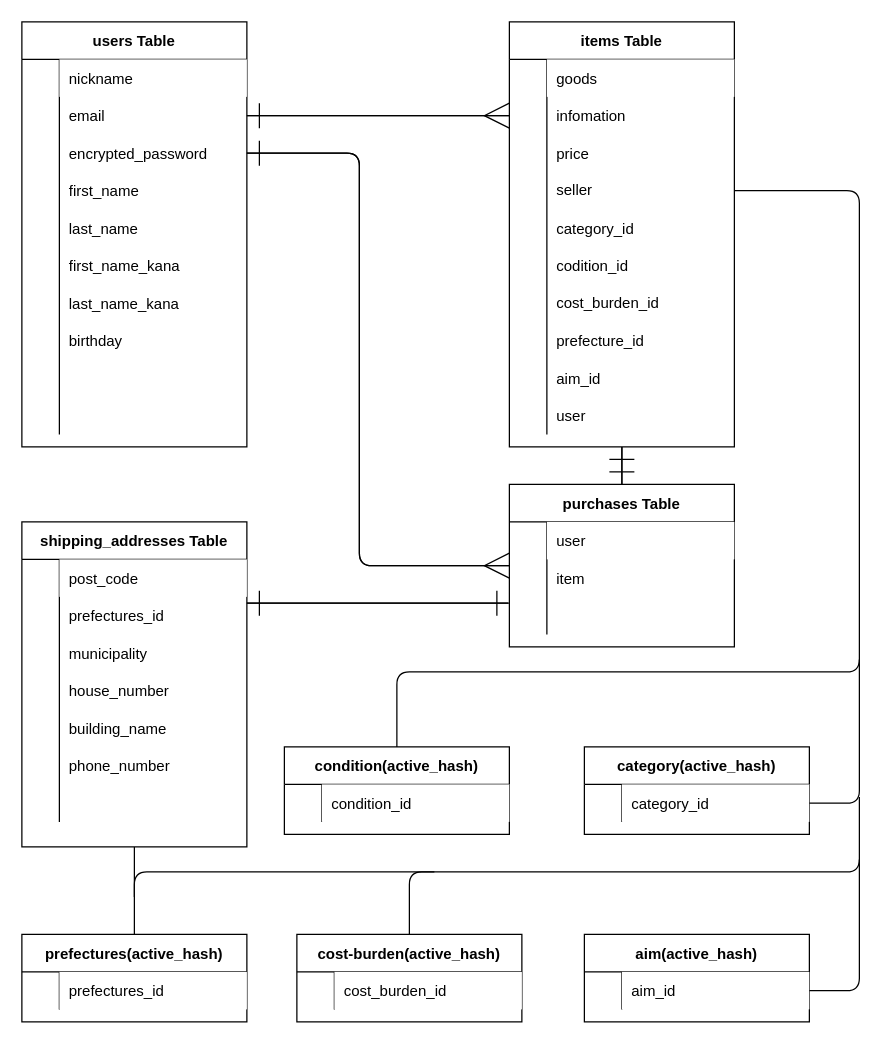
The draw.io diagram furima.dio in kakehi22222/furima-38489, before the edit. Source tidied: cells renumbered, new cells numbered last; positions are measured from the earlier drawing's top-left corner, leaving out a move shared by most shapes. Both pictures are drawn from the tidied source at 125%, with x=0, y=0 at pixel (21, 21).
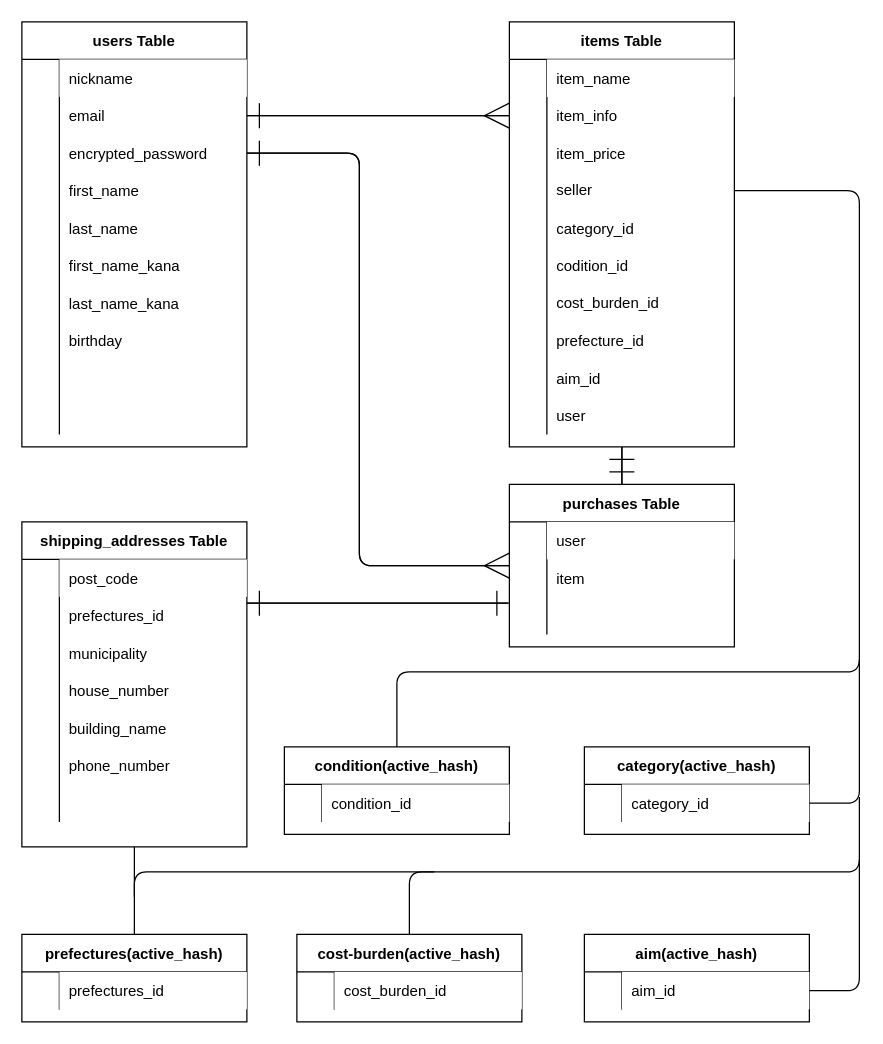
The same page after the edit.

Unchanged cells that the change refers to:
```xml
<mxCell id="36" style="shape=partialRectangle;fillColor=none;top=0;left=0;bottom=0;right=0;" parent="35" vertex="1">
  <mxGeometry y="30" width="180" height="30" as="geometry" />
</mxCell>
<mxCell id="39" style="shape=partialRectangle;fillColor=none;top=0;left=0;bottom=0;right=0;points=[[0,0.5],[1,0.5]];portConstraint=eastwest;" parent="35" vertex="1">
  <mxGeometry y="60" width="180" height="30" as="geometry" />
</mxCell>
<mxCell id="42" style="shape=partialRectangle;fillColor=none;top=0;left=0;bottom=0;right=0;" parent="35" vertex="1">
  <mxGeometry y="90" width="180" height="30" as="geometry" />
</mxCell>
```

Change to the diagram source:
```diff
@@
-    <mxCell id="38" value="goods" style="shape=partialRectangle;fillColor=default;top=0;left=0;bottom=0;right=0;align=left;spacingLeft=6;overflow=hidden;" parent="36" vertex="1">
+    <mxCell id="38" value="item_name" style="shape=partialRectangle;fillColor=default;top=0;left=0;bottom=0;right=0;align=left;spacingLeft=6;overflow=hidden;" parent="36" vertex="1">
       <mxGeometry x="30" width="150" height="30" as="geometry" />
     </mxCell>
@@
-    <mxCell id="41" value="infomation" style="shape=partialRectangle;fillColor=none;top=0;left=0;bottom=0;right=0;align=left;spacingLeft=6;overflow=hidden;" parent="39" vertex="1">
+    <mxCell id="41" value="item_info" style="shape=partialRectangle;fillColor=none;top=0;left=0;bottom=0;right=0;align=left;spacingLeft=6;overflow=hidden;" parent="39" vertex="1">
       <mxGeometry x="30" width="150" height="30" as="geometry" />
     </mxCell>
@@
-    <mxCell id="44" value="price" style="shape=partialRectangle;fillColor=none;top=0;left=0;bottom=0;right=0;align=left;spacingLeft=6;overflow=hidden;" parent="42" vertex="1">
+    <mxCell id="44" value="item_price" style="shape=partialRectangle;fillColor=none;top=0;left=0;bottom=0;right=0;align=left;spacingLeft=6;overflow=hidden;" parent="42" vertex="1">
       <mxGeometry x="30" width="150" height="30" as="geometry" />
     </mxCell>
```
